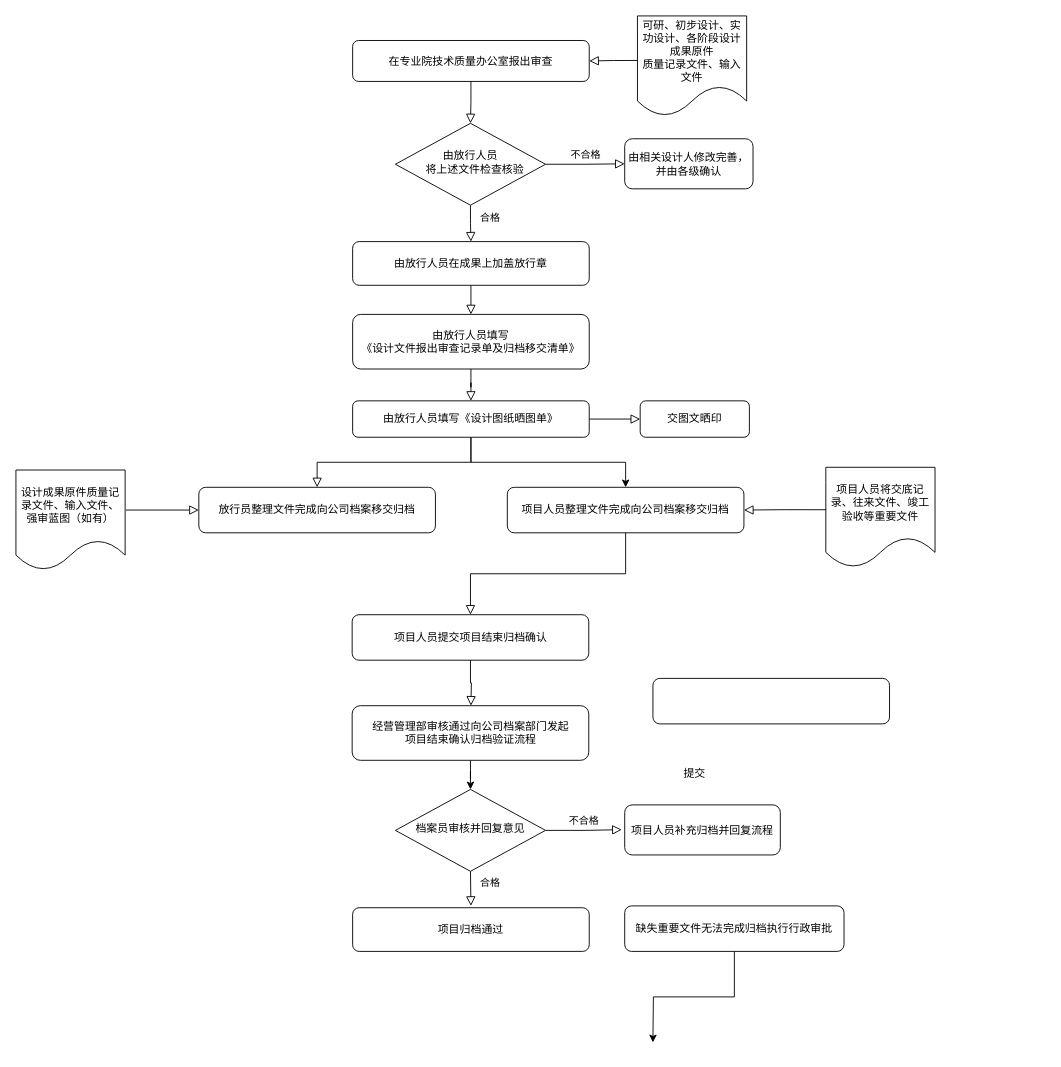
Before: Untitled Diagram.drawio in Theresaaaaa/Bomberman, a draw.io diagram. Source tidied: cells renumbered, new cells numbered last; positions are measured from the earlier drawing's top-left corner, leaving out a move shared by most shapes. Both pictures are drawn from the tidied source at 91%, with x=0, y=0 at pixel (15, 15).
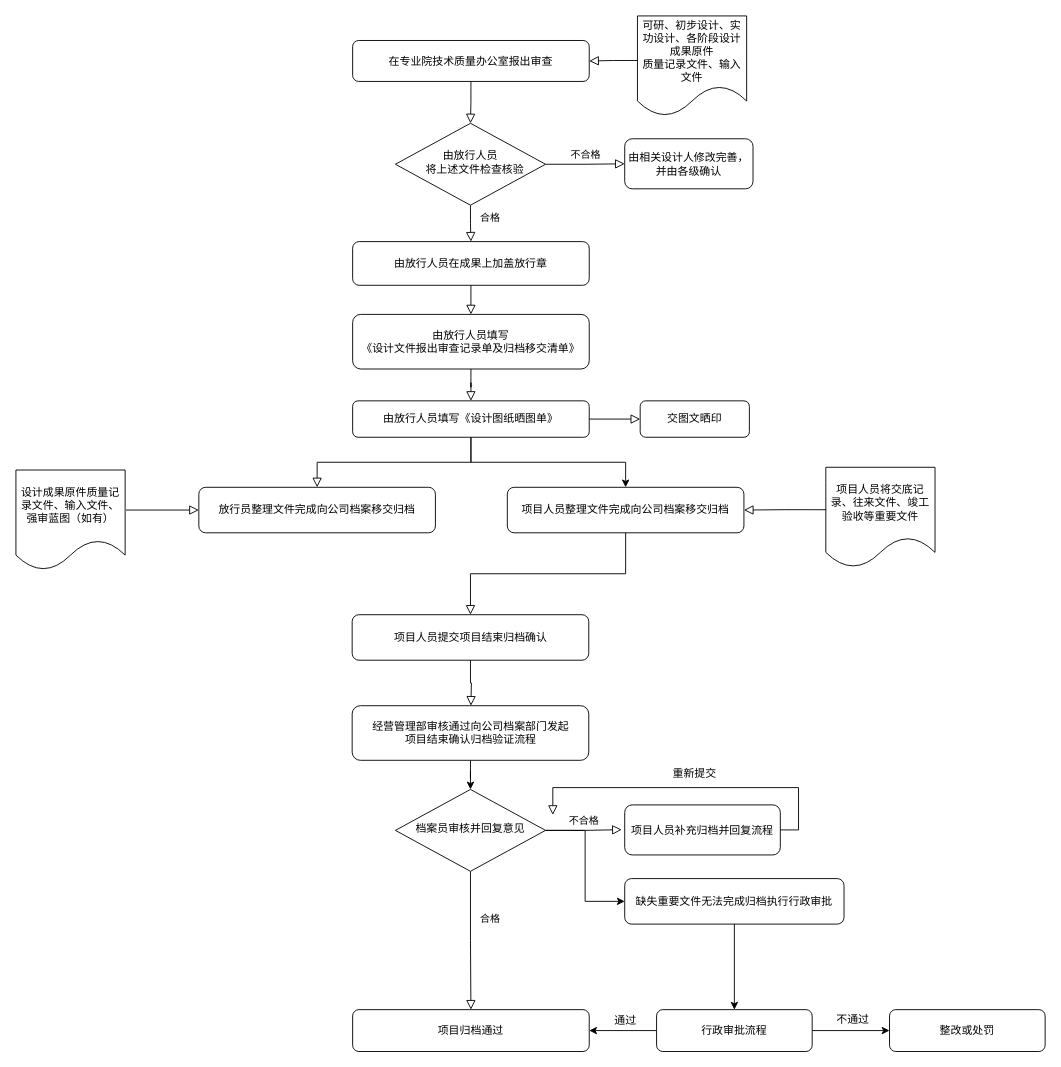
After the change.

Unchanged cells that the change refers to:
```xml
<mxCell id="30" value="档案员审核并回复意见" style="rhombus;whiteSpace=wrap;html=1;shadow=0;fontFamily=Helvetica;fontSize=12;align=center;strokeWidth=1;spacing=6;spacingTop=-4;" parent="1" vertex="1">
  <mxGeometry x="417" y="850" width="165" height="90" as="geometry" />
</mxCell>
<mxCell id="31" value="项目人员补充归档并回复流程" style="rounded=1;whiteSpace=wrap;html=1;fontSize=12;glass=0;strokeWidth=1;shadow=0;" parent="1" vertex="1">
  <mxGeometry x="669" y="867" width="171" height="55" as="geometry" />
</mxCell>
```

Diff of the diagram source:
```diff
@@
-    <mxCell id="29" style="rounded=1;whiteSpace=wrap;html=1;fontSize=12;glass=0;strokeWidth=1;shadow=0;" parent="1" vertex="1">
-      <mxGeometry x="700" y="728" width="260" height="50" as="geometry" />
-    </mxCell>
+    <mxCell id="39" style="edgeStyle=orthogonalEdgeStyle;rounded=0;jettySize=auto;html=1;entryX=0;entryY=0.5;entryDx=0;entryDy=0;" parent="1" edge="1" source="30" target="36">
+      <mxGeometry relative="1" as="geometry" />
+    </mxCell>
@@
     <mxCell id="32" value="项目归档通过" style="rounded=1;whiteSpace=wrap;html=1;fontSize=12;glass=0;strokeWidth=1;shadow=0;" parent="1" vertex="1">
-      <mxGeometry x="370" y="980" width="260" height="48" as="geometry" />
+      <mxGeometry x="370" y="1092" width="260" height="46" as="geometry" />
     </mxCell>
@@
-    <mxCell id="34" value="提交" style="text;html=1;strokeColor=none;fillColor=none;align=center;verticalAlign=middle;whiteSpace=wrap;rounded=0;" parent="1" vertex="1">
+    <mxCell id="34" value="重新提交" style="text;html=1;strokeColor=none;fillColor=none;align=center;verticalAlign=middle;whiteSpace=wrap;rounded=0;" parent="1" vertex="1">
       <mxGeometry x="716" y="818" width="60" height="30" as="geometry" />
     </mxCell>
-    <mxCell id="35" style="edgeStyle=orthogonalEdgeStyle;rounded=0;jettySize=auto;html=1;" parent="1" edge="1" source="36">
-      <mxGeometry relative="1" as="geometry">
-        <mxPoint x="700" y="1128" as="targetPoint" />
-      </mxGeometry>
-    </mxCell>
+    <mxCell id="40" style="edgeStyle=orthogonalEdgeStyle;rounded=0;jettySize=auto;html=1;" parent="1" edge="1" source="36" target="43">
+      <mxGeometry relative="1" as="geometry" />
+    </mxCell>
     <mxCell id="36" value="缺失重要文件无法完成归档执行行政审批" style="rounded=1;whiteSpace=wrap;html=1;fontSize=12;glass=0;strokeWidth=1;shadow=0;" parent="1" vertex="1">
-      <mxGeometry x="669" y="978" width="241" height="50" as="geometry" />
+      <mxGeometry x="669" y="948" width="241" height="50" as="geometry" />
     </mxCell>
-    <mxCell id="37" value="合格" style="rounded=0;html=1;jettySize=auto;fontSize=11;endArrow=block;endFill=0;endSize=8;strokeWidth=1;shadow=0;labelBackgroundColor=none;edgeStyle=orthogonalEdgeStyle;exitX=0.5;exitY=1;exitDx=0;exitDy=0;" parent="1" edge="1" source="30">
-      <mxGeometry x="-0.32" y="21" relative="1" as="geometry">
-        <mxPoint x="500" y="978" as="targetPoint" />
-      </mxGeometry>
+    <mxCell id="37" value="合格" style="rounded=0;html=1;jettySize=auto;fontSize=11;endArrow=block;endFill=0;endSize=8;strokeWidth=1;shadow=0;labelBackgroundColor=none;edgeStyle=orthogonalEdgeStyle;exitX=0.5;exitY=1;exitDx=0;exitDy=0;entryX=0.5;entryY=0;entryDx=0;entryDy=0;" parent="1" edge="1" source="30" target="32">
+      <mxGeometry x="-0.32" y="21" relative="1" as="geometry" />
     </mxCell>
-    <mxCell id="38" value="不合格" style="edgeStyle=orthogonalEdgeStyle;rounded=0;html=1;jettySize=auto;fontSize=11;endArrow=block;endFill=0;endSize=8;strokeWidth=1;shadow=0;labelBackgroundColor=none;exitX=1;exitY=0.5;exitDx=0;exitDy=0;entryX=-0.019;entryY=0.495;entryDx=0;entryDy=0;entryPerimeter=0;" parent="1" edge="1" source="30" target="31">
+    <mxCell id="38" value="不合格" style="edgeStyle=orthogonalEdgeStyle;rounded=0;html=1;jettySize=auto;fontSize=11;endArrow=block;endFill=0;endSize=8;strokeWidth=1;shadow=0;labelBackgroundColor=none;entryX=-0.019;entryY=0.495;entryDx=0;entryDy=0;entryPerimeter=0;exitX=1;exitY=0.5;exitDx=0;exitDy=0;" parent="1" edge="1" source="30" target="31">
       <mxGeometry y="10" relative="1" as="geometry" />
     </mxCell>
+    <mxCell id="41" style="edgeStyle=orthogonalEdgeStyle;rounded=0;jettySize=auto;html=1;entryX=1;entryY=0.5;entryDx=0;entryDy=0;" parent="1" edge="1" source="43" target="32">
+      <mxGeometry relative="1" as="geometry" />
+    </mxCell>
+    <mxCell id="42" style="edgeStyle=orthogonalEdgeStyle;rounded=0;jettySize=auto;html=1;entryX=0;entryY=0.5;entryDx=0;entryDy=0;" parent="1" edge="1" source="43" target="45">
+      <mxGeometry relative="1" as="geometry" />
+    </mxCell>
+    <mxCell id="43" value="行政审批流程" style="rounded=1;whiteSpace=wrap;html=1;fontSize=12;glass=0;strokeWidth=1;shadow=0;" parent="1" vertex="1">
+      <mxGeometry x="704" y="1092" width="171" height="46" as="geometry" />
+    </mxCell>
+    <mxCell id="44" value="通过" style="text;html=1;strokeColor=none;fillColor=none;align=center;verticalAlign=middle;whiteSpace=wrap;rounded=0;" parent="1" vertex="1">
+      <mxGeometry x="640" y="1089" width="60" height="30" as="geometry" />
+    </mxCell>
+    <mxCell id="45" value="整改或处罚" style="rounded=1;whiteSpace=wrap;html=1;fontSize=12;glass=0;strokeWidth=1;shadow=0;" parent="1" vertex="1">
+      <mxGeometry x="960" y="1092" width="171" height="46" as="geometry" />
+    </mxCell>
+    <mxCell id="46" value="不通过" style="text;html=1;strokeColor=none;fillColor=none;align=center;verticalAlign=middle;whiteSpace=wrap;rounded=0;" parent="1" vertex="1">
+      <mxGeometry x="890" y="1088" width="60" height="30" as="geometry" />
+    </mxCell>
+    <mxCell id="47" style="rounded=0;html=1;jettySize=auto;fontSize=11;endArrow=block;endFill=0;endSize=8;strokeWidth=1;shadow=0;labelBackgroundColor=none;edgeStyle=orthogonalEdgeStyle;exitX=1;exitY=0.5;exitDx=0;exitDy=0;" parent="1" edge="1" source="31">
+      <mxGeometry x="-0.32" y="21" relative="1" as="geometry">
+        <mxPoint x="590" y="878" as="targetPoint" />
+        <Array as="points">
+          <mxPoint x="860" y="895" />
+          <mxPoint x="860" y="848" />
+          <mxPoint x="590" y="848" />
+        </Array>
+      </mxGeometry>
+    </mxCell>
```
